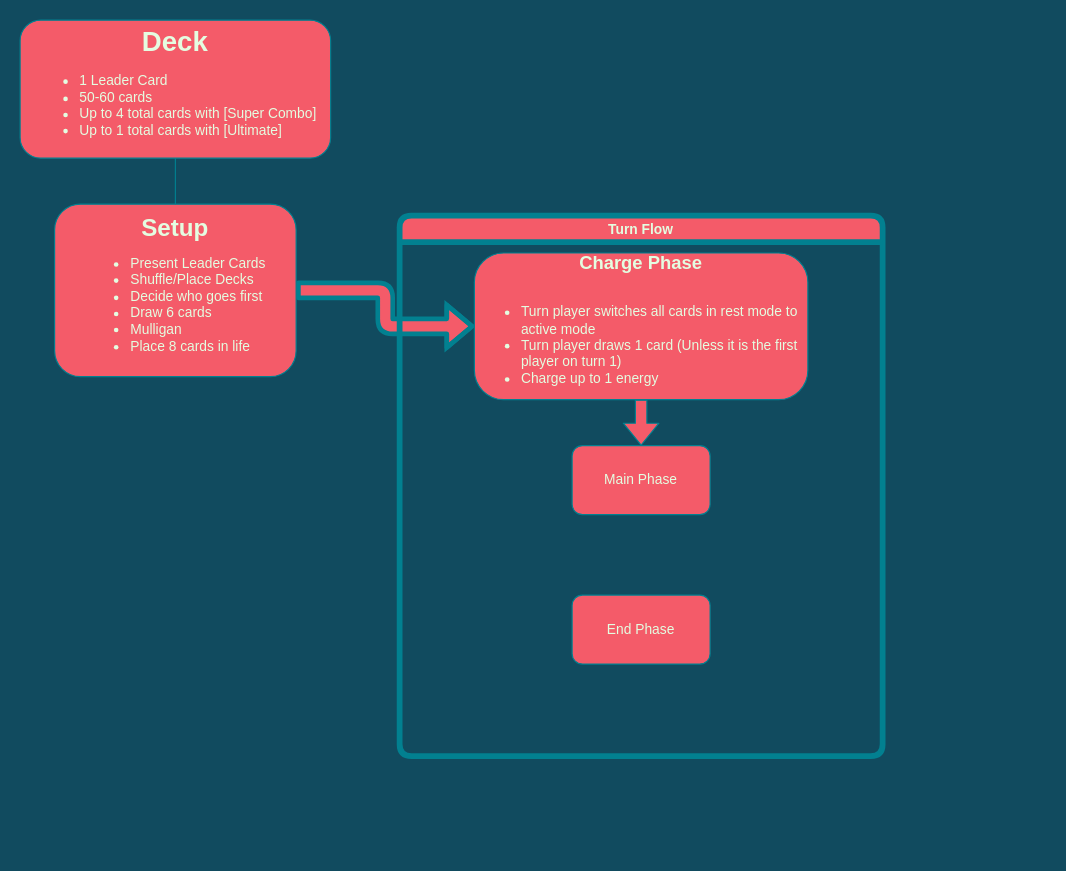
The draw.io diagram page "Base Game Timing" (1 of 5) of diagrams/timing.drawio in Slamerz/Dragon-Ball-Super-Rulings, before the edit. Source tidied: cells renumbered, new cells numbered last; positions are measured from the earlier drawing's top-left corner, leaving out a move shared by most shapes. Both pictures are drawn from the tidied source at 115%, with x=0, y=0 at pixel (20, 20).
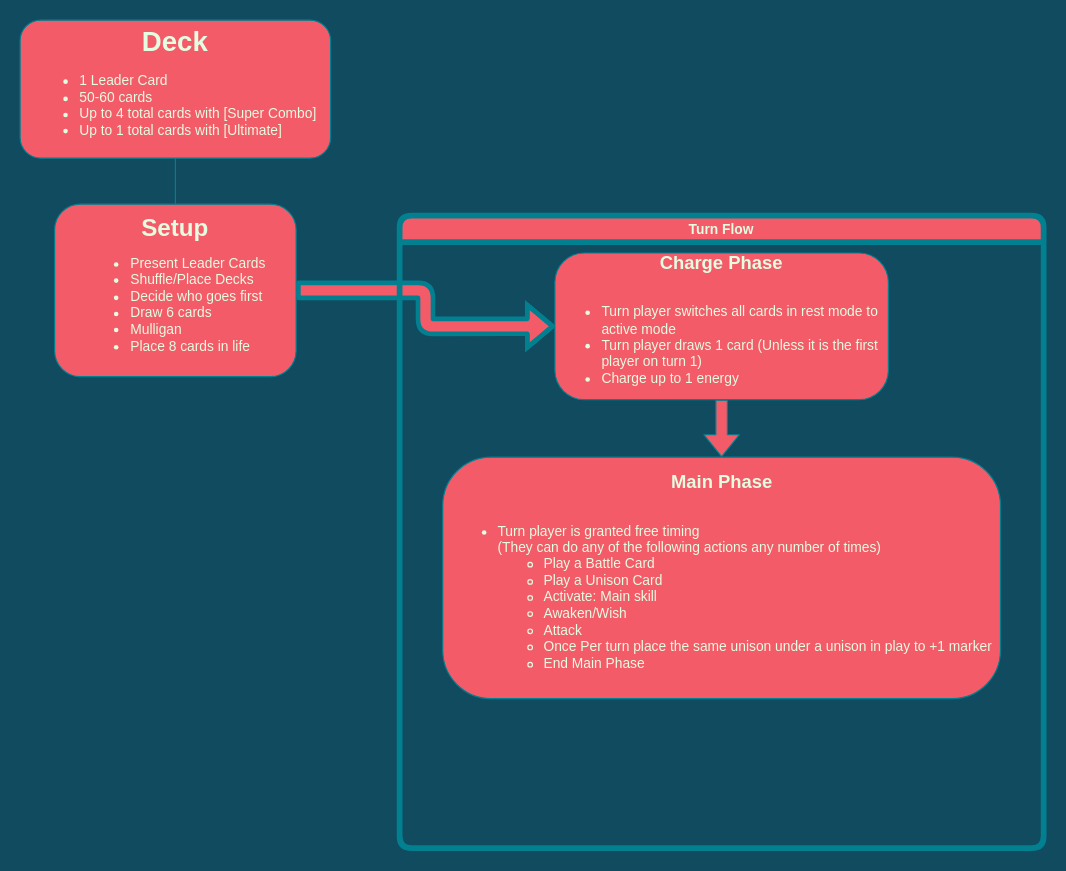
After the change.

Diff of the diagram source:
```diff
@@
 <mxGraphModel background="#114B5F">
   <root>
     <mxCell id="0" />
     <mxCell id="1" parent="0" />
     <mxCell id="2" style="edgeStyle=orthogonalEdgeStyle;shape=flexArrow;jettySize=auto;html=1;exitX=1;exitY=0.5;exitDx=0;exitDy=0;entryX=0;entryY=0.5;entryDx=0;entryDy=0;fontColor=#FFFFFF;strokeColor=#028090;strokeWidth=4;fillColor=#F45B69;" parent="1" edge="1" source="3" target="8">
       <mxGeometry relative="1" as="geometry" />
     </mxCell>
     <mxCell id="3" value="&lt;b style=&quot;font-size: 21px&quot;&gt;Setup&lt;/b&gt;&lt;br&gt;&lt;div&gt;&lt;ul&gt;&lt;li style=&quot;text-align: left&quot;&gt;Present Leader Cards&lt;/li&gt;&lt;li style=&quot;text-align: left&quot;&gt;Shuffle/Place Decks&lt;/li&gt;&lt;li style=&quot;text-align: left&quot;&gt;Decide who goes first&lt;/li&gt;&lt;li style=&quot;text-align: left&quot;&gt;Draw 6 cards&lt;/li&gt;&lt;li style=&quot;text-align: left&quot;&gt;Mulligan&lt;/li&gt;&lt;li style=&quot;text-align: left&quot;&gt;Place 8 cards in life&amp;nbsp;&lt;/li&gt;&lt;/ul&gt;&lt;/div&gt;" style="whiteSpace=wrap;html=1;fontColor=#E4FDE1;strokeColor=#028090;fillColor=#F45B69;align=center;rounded=1;" parent="1" vertex="1">
       <mxGeometry x="30" y="160" width="210" height="150" as="geometry" />
     </mxCell>
     <mxCell id="4" style="edgeStyle=orthogonalEdgeStyle;jettySize=auto;html=1;endArrow=none;endFill=0;strokeColor=#028090;fontColor=#E4FDE1;labelBackgroundColor=#114B5F;" parent="1" edge="1" source="5" target="3">
       <mxGeometry relative="1" as="geometry" />
     </mxCell>
     <mxCell id="5" value="&lt;font size=&quot;1&quot;&gt;&lt;b style=&quot;font-size: 24px&quot;&gt;Deck&lt;/b&gt;&lt;/font&gt;&lt;br&gt;&lt;ul&gt;&lt;li style=&quot;text-align: left&quot;&gt;1 Leader Card&lt;/li&gt;&lt;li style=&quot;text-align: left&quot;&gt;50-60 cards&lt;/li&gt;&lt;li style=&quot;text-align: left&quot;&gt;Up to 4 total cards with [Super Combo]&lt;/li&gt;&lt;li style=&quot;text-align: left&quot;&gt;Up to 1 total cards with [Ultimate]&lt;/li&gt;&lt;/ul&gt;" style="whiteSpace=wrap;html=1;fontColor=#E4FDE1;strokeColor=#028090;fillColor=#F45B69;align=center;rounded=1;" parent="1" vertex="1">
       <mxGeometry width="270" height="120" as="geometry" />
     </mxCell>
     <mxCell id="6" value="Turn Flow" style="swimlane;fillColor=#F45B69;strokeColor=#028090;fontColor=#E4FDE1;rounded=1;strokeWidth=5;" parent="1" vertex="1">
-      <mxGeometry x="330" y="170" width="420" height="470" as="geometry" />
+      <mxGeometry x="330" y="170" width="560" height="550" as="geometry" />
     </mxCell>
-    <mxCell id="7" style="edgeStyle=orthogonalEdgeStyle;shape=flexArrow;jettySize=auto;html=1;endArrow=block;endFill=0;strokeColor=#028090;fontColor=#E4FDE1;fillColor=#F45B69;labelBackgroundColor=#114B5F;" parent="6" edge="1" source="8" target="10">
+    <mxCell id="7" style="edgeStyle=orthogonalEdgeStyle;shape=flexArrow;jettySize=auto;html=1;endArrow=block;endFill=0;strokeColor=#028090;fontColor=#E4FDE1;fillColor=#F45B69;labelBackgroundColor=#114B5F;entryX=0.5;entryY=0;entryDx=0;entryDy=0;" parent="6" edge="1" source="8" target="11">
       <mxGeometry relative="1" as="geometry" />
     </mxCell>
     <mxCell id="8" value="&lt;b&gt;&lt;font style=&quot;font-size: 16px&quot;&gt;Charge Phase&lt;/font&gt;&lt;/b&gt;&lt;br&gt;&lt;br&gt;&lt;div&gt;&lt;ul&gt;&lt;li style=&quot;text-align: left&quot;&gt;Turn player switches all cards in rest mode to active mode&lt;/li&gt;&lt;li style=&quot;text-align: left&quot;&gt;Turn player draws 1 card (Unless it is the first player on turn 1)&lt;/li&gt;&lt;li style=&quot;text-align: left&quot;&gt;Charge up to 1 energy&lt;/li&gt;&lt;/ul&gt;&lt;/div&gt;" style="whiteSpace=wrap;html=1;fontColor=#E4FDE1;strokeColor=#028090;fillColor=#F45B69;rounded=1;arcSize=20;" parent="6" vertex="1">
-      <mxGeometry x="65" y="32.5" width="290" height="127.5" as="geometry" />
+      <mxGeometry x="135" y="32.5" width="290" height="127.5" as="geometry" />
     </mxCell>
-    <mxCell id="9" value="End Phase" style="whiteSpace=wrap;html=1;fontColor=#E4FDE1;strokeColor=#028090;fillColor=#F45B69;rounded=1;" parent="6" vertex="1">
-      <mxGeometry x="150" y="330" width="120" height="60" as="geometry" />
-    </mxCell>
-    <mxCell id="10" value="Main Phase" style="whiteSpace=wrap;html=1;fontColor=#E4FDE1;strokeColor=#028090;fillColor=#F45B69;rounded=1;" parent="6" vertex="1">
-      <mxGeometry x="150" y="200" width="120" height="60" as="geometry" />
-    </mxCell>
+    <mxCell id="11" value="&lt;b&gt;&lt;font style=&quot;font-size: 16px&quot;&gt;Main Phase&lt;/font&gt;&lt;/b&gt;&lt;br&gt;&lt;br&gt;&lt;div&gt;&lt;ul&gt;&lt;li style=&quot;text-align: left&quot;&gt;Turn player is granted free timing&lt;br&gt;(They can do any of the following actions any number of times)&lt;/li&gt;&lt;ul&gt;&lt;li style=&quot;text-align: left&quot;&gt;Play a Battle Card&lt;/li&gt;&lt;li style=&quot;text-align: left&quot;&gt;Play a Unison Card&lt;/li&gt;&lt;li style=&quot;text-align: left&quot;&gt;Activate: Main skill&lt;/li&gt;&lt;li style=&quot;text-align: left&quot;&gt;Awaken/Wish&lt;/li&gt;&lt;li style=&quot;text-align: left&quot;&gt;Attack&lt;/li&gt;&lt;li style=&quot;text-align: left&quot;&gt;Once Per turn place the same unison under a unison in play to +1 marker&lt;/li&gt;&lt;li style=&quot;text-align: left&quot;&gt;End Main Phase&lt;/li&gt;&lt;/ul&gt;&lt;/ul&gt;&lt;/div&gt;" style="whiteSpace=wrap;html=1;fontColor=#E4FDE1;strokeColor=#028090;fillColor=#F45B69;rounded=1;arcSize=20;" parent="6" vertex="1">
+      <mxGeometry x="37.5" y="210" width="485" height="210" as="geometry" />
+    </mxCell>
   </root>
 </mxGraphModel>
```
